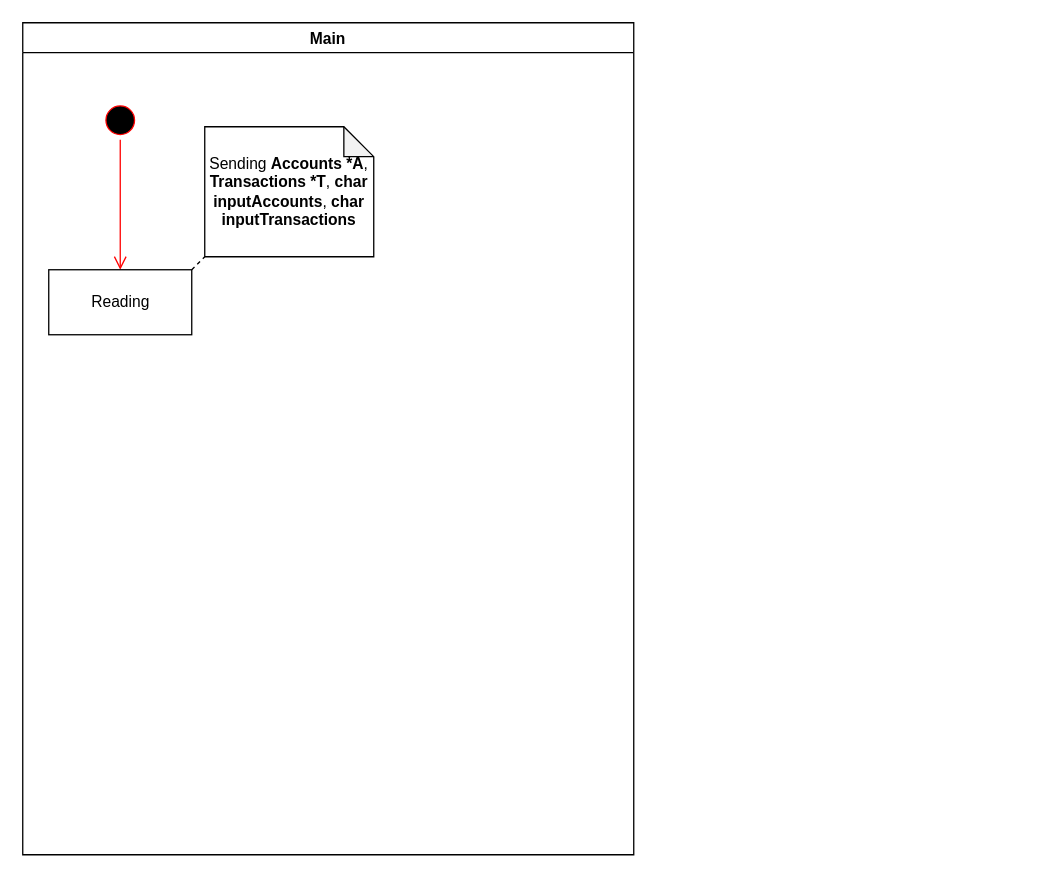
Earlier version of the draw.io diagram UML/homework3.drawio (Ignas207/Homework-3). Source tidied: cells renumbered, new cells numbered last; positions are measured from the earlier drawing's top-left corner, leaving out a move shared by most shapes. Both pictures are drawn from the tidied source at 130%, with x=0, y=0 at pixel (22, 22).
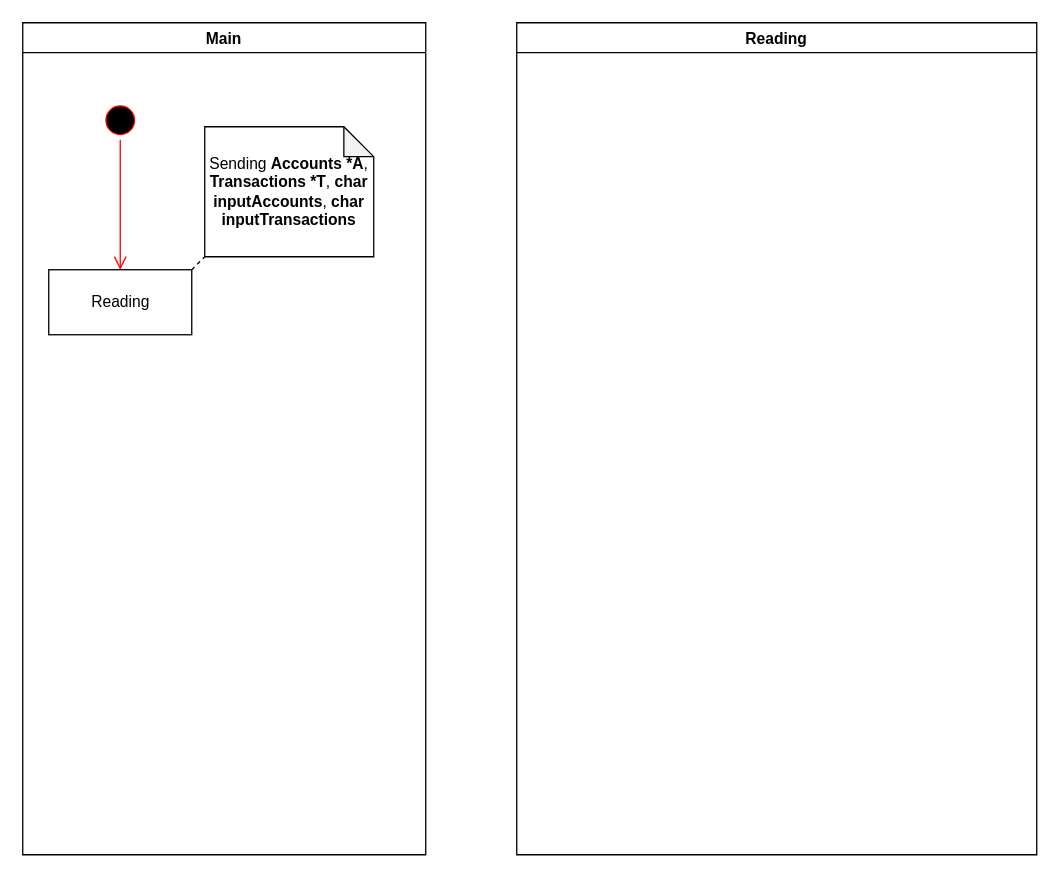
The same page after the edit.

What changed in the source:
```diff
@@
 <mxGraphModel>
   <root>
     <mxCell id="0" />
     <mxCell id="1" parent="0" />
     <mxCell id="2" style="edgeStyle=orthogonalEdgeStyle;rounded=0;orthogonalLoop=1;jettySize=auto;html=1;entryX=0;entryY=0;entryDx=0;entryDy=0;jumpStyle=none;strokeColor=none;" parent="1" edge="1">
       <mxGeometry relative="1" as="geometry">
         <mxPoint x="195" y="500" as="sourcePoint" />
         <mxPoint x="175" y="555" as="targetPoint" />
         <Array as="points">
           <mxPoint x="175" y="500" />
         </Array>
       </mxGeometry>
     </mxCell>
     <mxCell id="3" value="Main" style="swimlane;" parent="1" vertex="1">
-      <mxGeometry width="470" height="640" as="geometry" />
+      <mxGeometry width="310" height="640" as="geometry" />
     </mxCell>
     <mxCell id="4" style="ellipse;html=1;shape=startState;fillColor=#000000;strokeColor=#ff0000;" parent="3" vertex="1">
       <mxGeometry x="60" y="60" width="30" height="30" as="geometry" />
     </mxCell>
     <mxCell id="5" style="edgeStyle=orthogonalEdgeStyle;html=1;verticalAlign=bottom;endArrow=open;endSize=8;strokeColor=#ff0000;entryX=0.5;entryY=0;entryDx=0;entryDy=0;" parent="3" edge="1" source="4" target="6">
       <mxGeometry relative="1" as="geometry" />
     </mxCell>
     <mxCell id="6" value="Reading" style="html=1;" parent="3" vertex="1">
       <mxGeometry x="20" y="190" width="110" height="50" as="geometry" />
     </mxCell>
     <mxCell id="7" value="Sending &lt;b&gt;Accounts *A&lt;/b&gt;, &lt;b&gt;Transactions *T&lt;/b&gt;, &lt;b&gt;char inputAccounts&lt;/b&gt;, &lt;b&gt;char inputTransactions&lt;/b&gt;" style="shape=note;whiteSpace=wrap;html=1;backgroundOutline=1;darkOpacity=0.05;size=23;" parent="3" vertex="1">
       <mxGeometry x="140" y="80" width="130" height="100" as="geometry" />
     </mxCell>
     <mxCell id="8" style="endArrow=none;dashed=1;html=1;exitX=1;exitY=0;exitDx=0;exitDy=0;entryX=0;entryY=1;entryDx=0;entryDy=0;entryPerimeter=0;" parent="3" edge="1" source="6" target="7">
       <mxGeometry relative="1" as="geometry" />
     </mxCell>
+    <mxCell id="9" value="Reading" style="swimlane;" parent="1" vertex="1">
+      <mxGeometry x="380" width="400" height="640" as="geometry" />
+    </mxCell>
   </root>
 </mxGraphModel>
```
